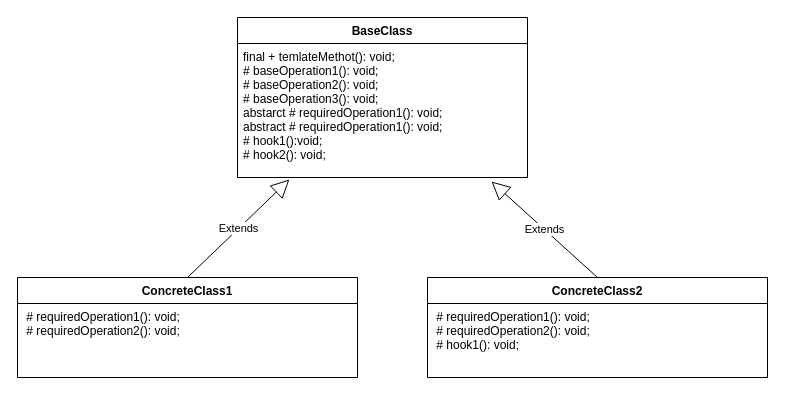
Before: Template-Method.drawio in artemmm312/Behavioral-patterns, a draw.io diagram. Source tidied: cells renumbered, new cells numbered last; positions are measured from the earlier drawing's top-left corner, leaving out a move shared by most shapes. Both pictures are drawn from the tidied source at 100%, with x=0, y=0 at pixel (17, 17).
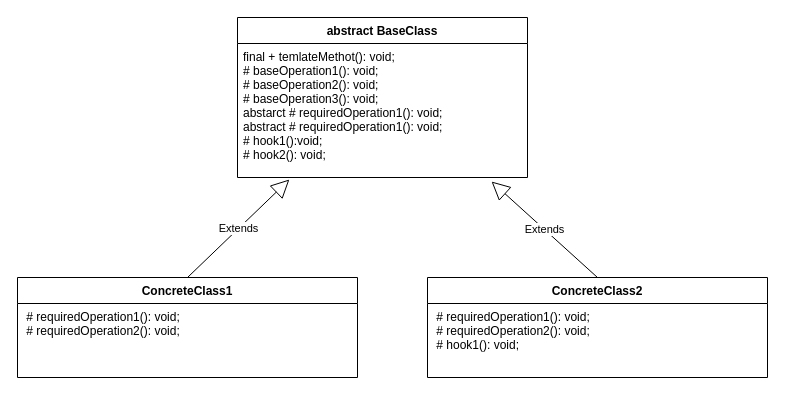
The same page after the edit.

Diff of the diagram source:
```diff
@@
 <mxGraphModel>
   <root>
     <mxCell id="0" />
     <mxCell id="1" parent="0" />
-    <mxCell id="2" value="BaseClass" style="swimlane;fontStyle=1;align=center;verticalAlign=top;horizontal=1;startSize=26;" parent="1" vertex="1">
+    <mxCell id="2" value="abstract BaseClass" style="swimlane;fontStyle=1;align=center;verticalAlign=top;horizontal=1;startSize=26;" parent="1" vertex="1">
       <mxGeometry x="220" width="290" height="160" as="geometry" />
     </mxCell>
     <mxCell id="3" value="final + temlateMethot(): void;&#10;# baseOperation1(): void;&#10;# baseOperation2(): void;&#10;# baseOperation3(): void;&#10;abstarct # requiredOperation1(): void;&#10;abstract # requiredOperation1(): void;&#10;# hook1():void;&#10;# hook2(): void;" style="text;strokeColor=none;fillColor=none;align=left;verticalAlign=top;spacingLeft=4;spacingRight=4;overflow=hidden;points=[[0,0.5],[1,0.5]];portConstraint=eastwest;fontStyle=0;" parent="2" vertex="1">
       <mxGeometry y="26" width="290" height="134" as="geometry" />
     </mxCell>
     <mxCell id="4" value="ConcreteClass1" style="swimlane;fontStyle=1;align=center;verticalAlign=top;horizontal=1;startSize=26;" parent="1" vertex="1">
       <mxGeometry y="260" width="340" height="100" as="geometry" />
     </mxCell>
     <mxCell id="5" value=" # requiredOperation1(): void;&#10; # requiredOperation2(): void;" style="text;strokeColor=none;fillColor=none;align=left;verticalAlign=top;spacingLeft=4;spacingRight=4;overflow=hidden;" parent="4" vertex="1">
       <mxGeometry y="26" width="340" height="74" as="geometry" />
     </mxCell>
     <mxCell id="6" value="ConcreteClass2" style="swimlane;fontStyle=1;align=center;verticalAlign=top;horizontal=1;startSize=26;" parent="1" vertex="1">
       <mxGeometry x="410" y="260" width="340" height="100" as="geometry" />
     </mxCell>
     <mxCell id="7" value=" # requiredOperation1(): void;&#10; # requiredOperation2(): void;&#10; # hook1(): void;" style="text;strokeColor=none;fillColor=none;align=left;verticalAlign=top;spacingLeft=4;spacingRight=4;overflow=hidden;" parent="6" vertex="1">
       <mxGeometry y="26" width="340" height="74" as="geometry" />
     </mxCell>
     <mxCell id="8" value="Extends" style="endArrow=block;endSize=16;endFill=0;html=1;exitX=0.5;exitY=0;exitDx=0;exitDy=0;entryX=0.179;entryY=1.015;entryDx=0;entryDy=0;entryPerimeter=0;" parent="1" edge="1" source="4" target="3">
       <mxGeometry relative="1" as="geometry" />
     </mxCell>
     <mxCell id="9" value="Extends" style="endArrow=block;endSize=16;endFill=0;html=1;exitX=0.5;exitY=0;exitDx=0;exitDy=0;entryX=0.876;entryY=1.03;entryDx=0;entryDy=0;entryPerimeter=0;" parent="1" edge="1" source="6" target="3">
       <mxGeometry relative="1" as="geometry" />
     </mxCell>
   </root>
 </mxGraphModel>
```
